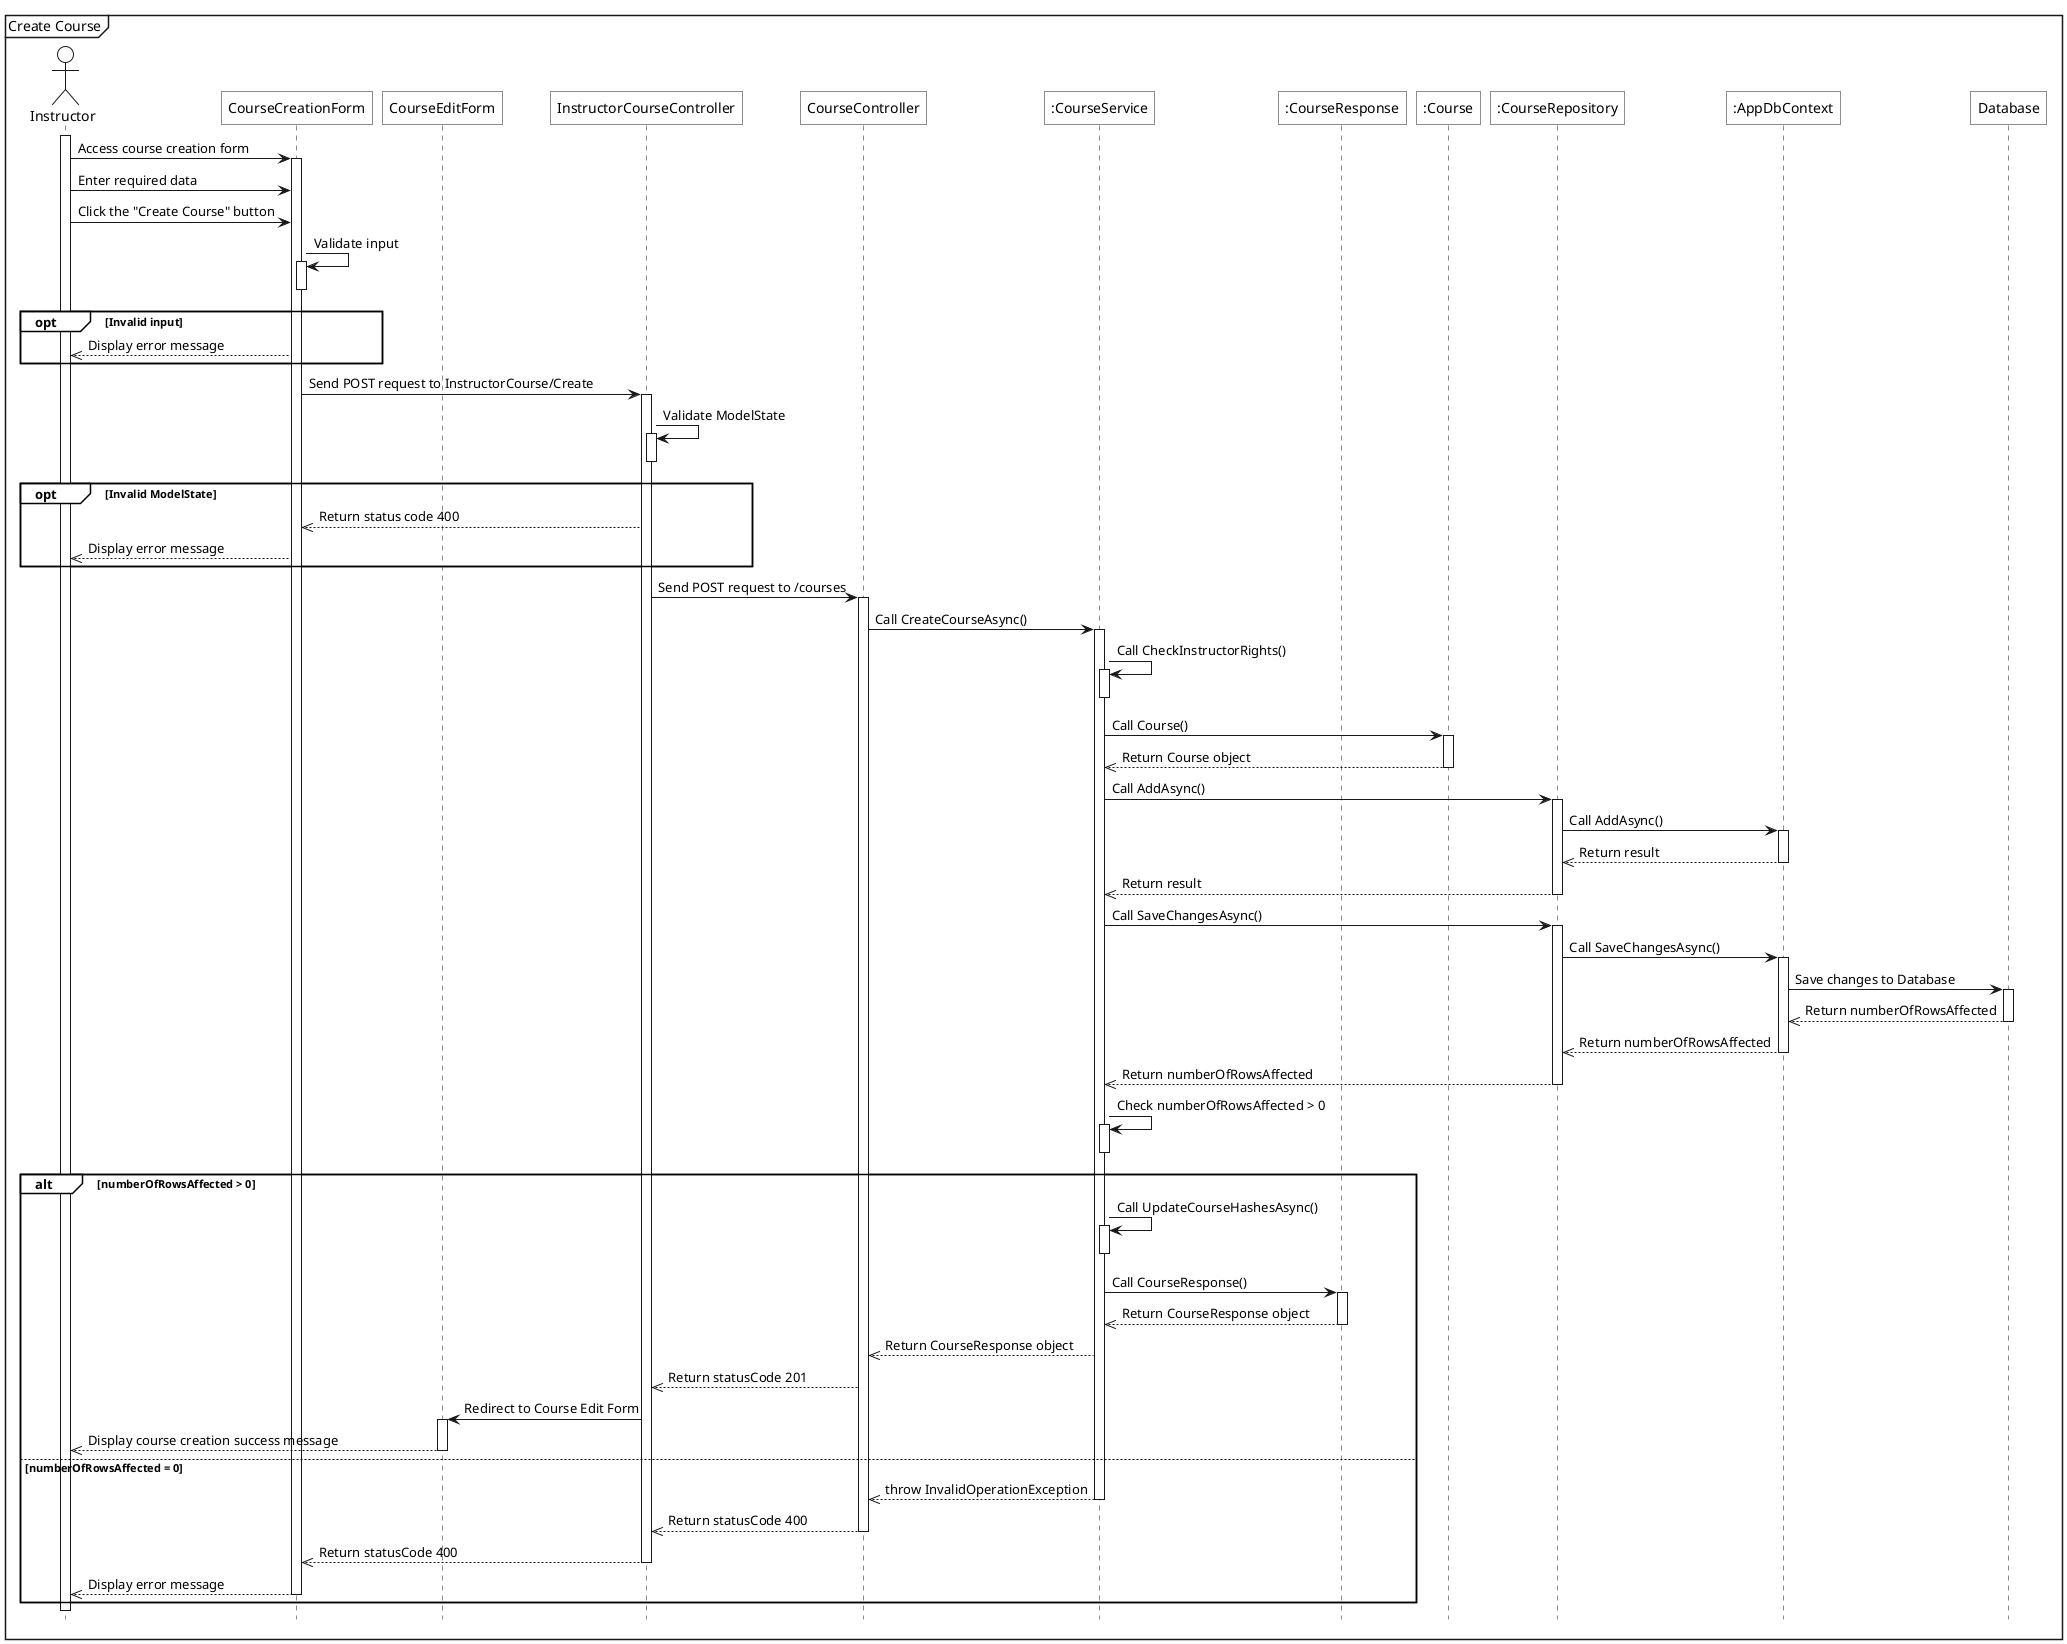
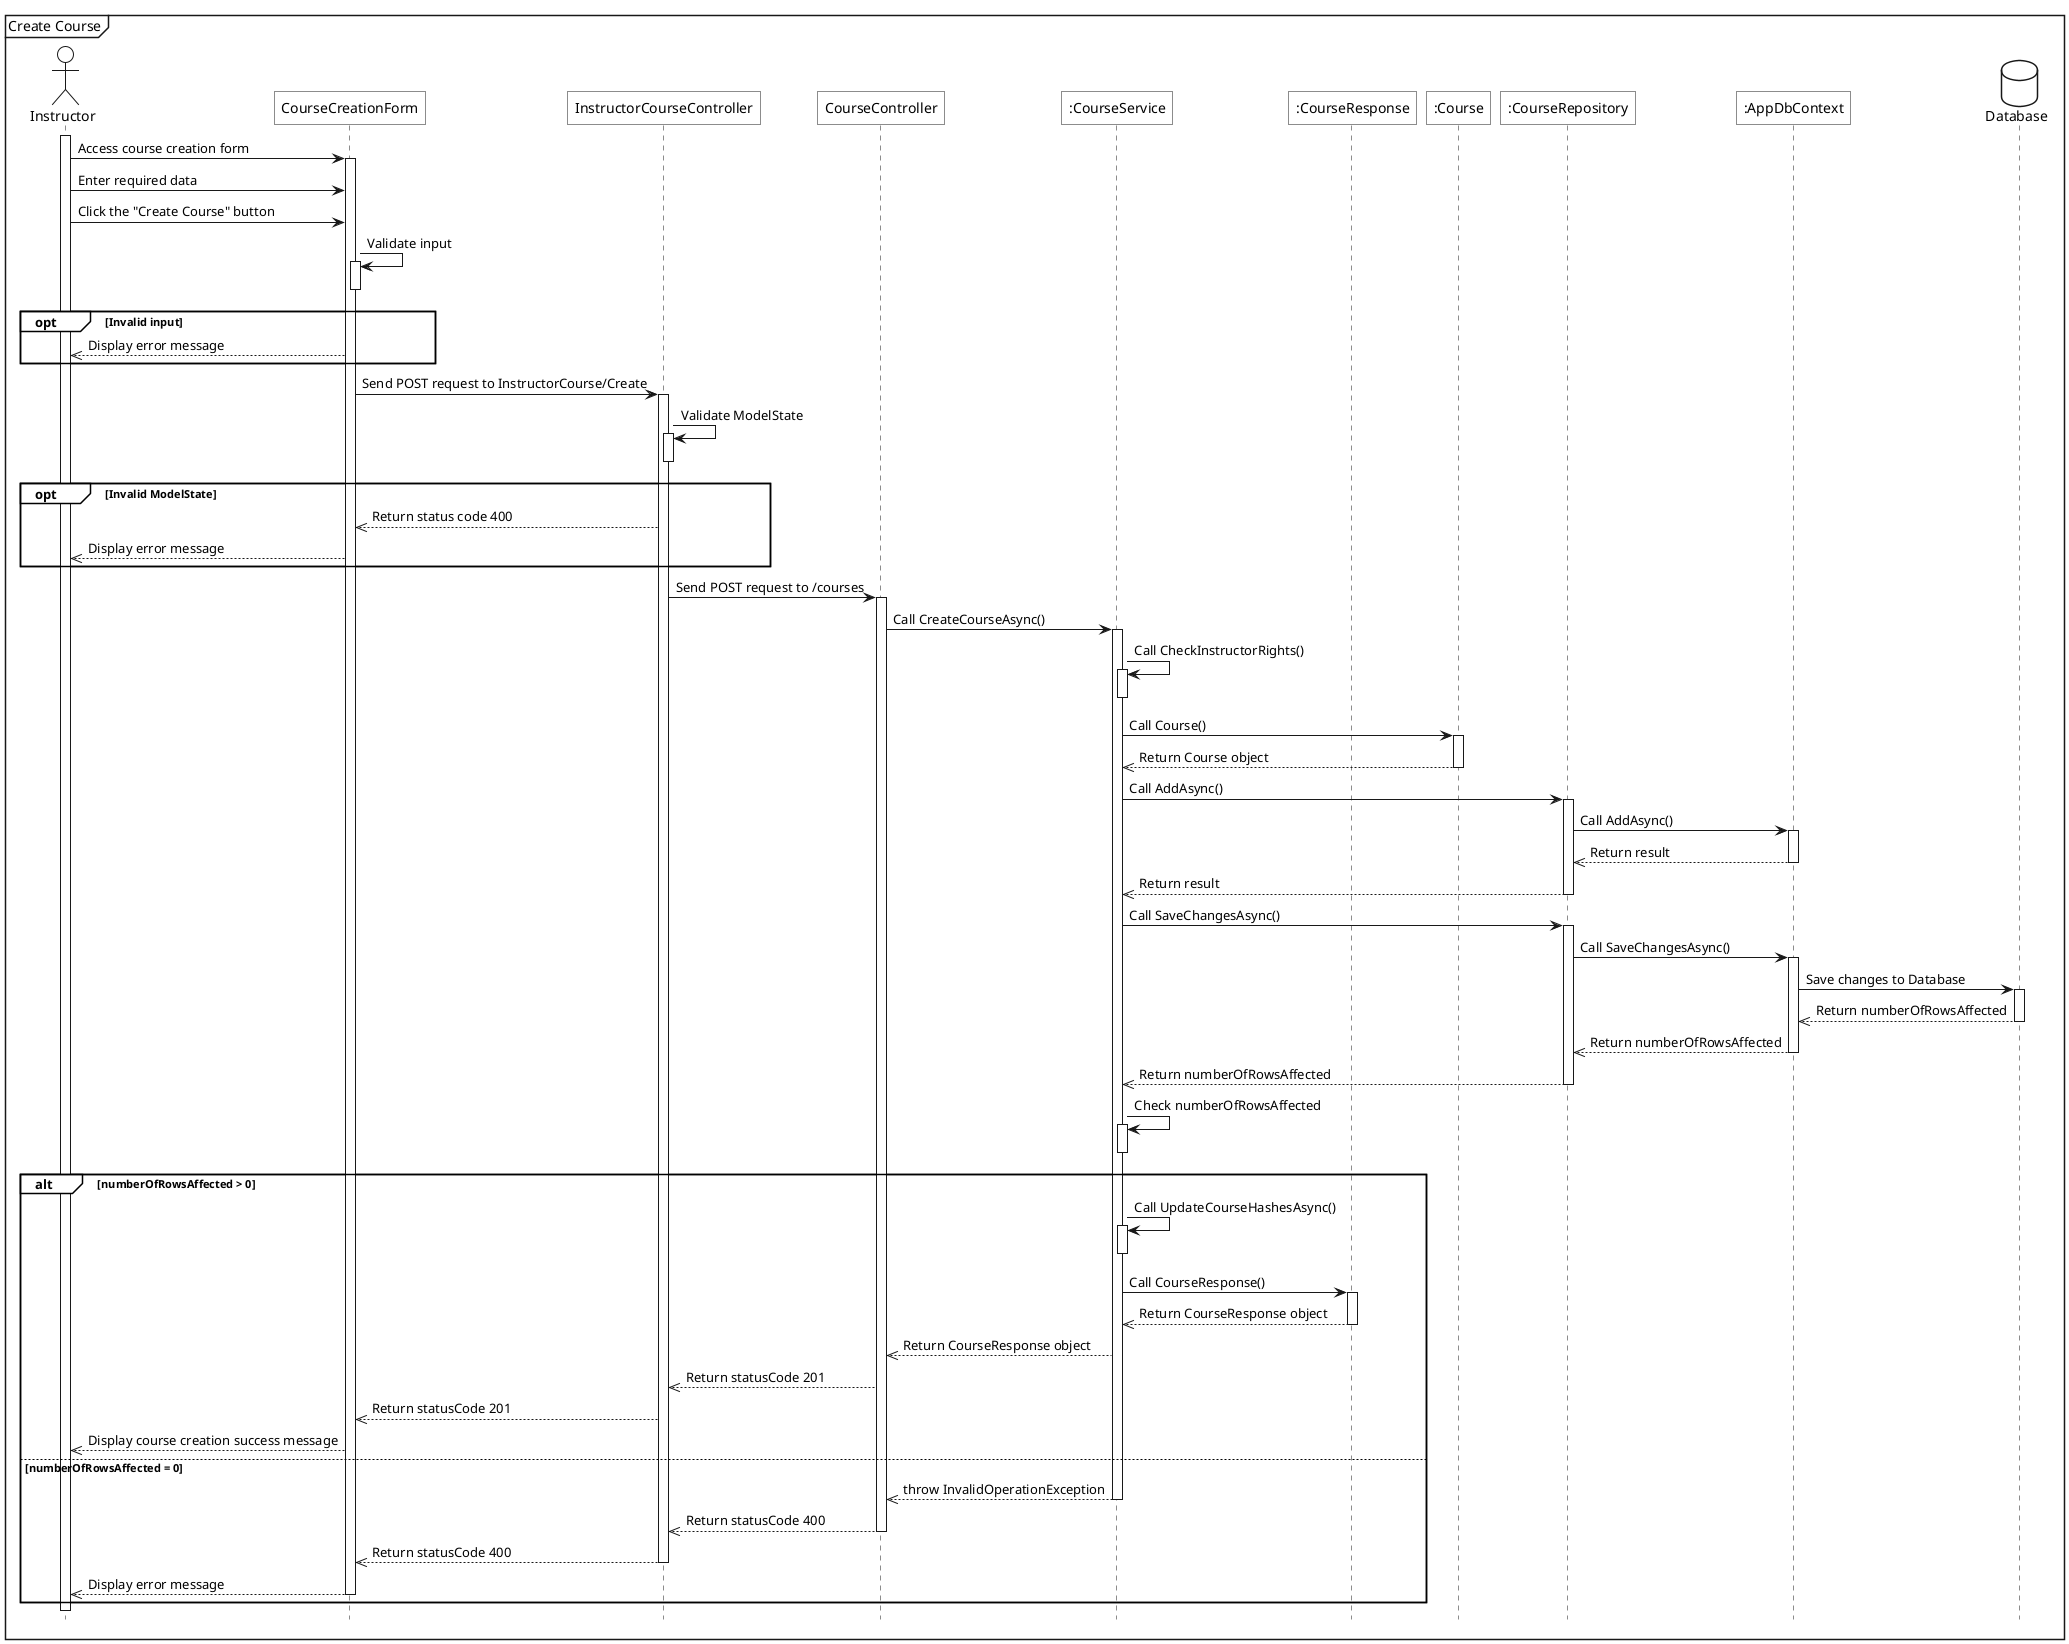
@startuml
<style>
    sequenceDiagram{
        actor{
            BackgroundColor white
            LineThickness 1.0
        }
        participant{
            BackgroundColor white
            RoundCorner 0
        }
        database{
            BackgroundColor white
        }
        groupHeader{
            BackgroundColor white
        }
        referenceHeader{
            BackgroundColor white
        }
        reference{
            BackgroundColor white
        }
    }
</style>

hide footbox

mainframe Create Course
actor Instructor as act

participant "CourseCreationForm" as view
- participant "CourseEditForm" as r_view
+ 
participant "InstructorCourseController" as fe_ctrl
participant "CourseController" as be_ctrl
- ' participant ":CreateCourseViewModel" as v_model
- ' participant ":CourseCreateRequest" as req
+ 

participant ":CourseService" as sv
participant ":CourseResponse" as res
participant ":Course" as ett

participant ":CourseRepository" as repo
participant ":AppDbContext" as ctx

- participant Database as db
+ Database Database as db

act++
act->view++:Access course creation form
act->view:Enter required data
act->view:Click the "Create Course" button
view->view++:Validate input
view--
group opt [Invalid input]
    view-->>act:Display error message
end

view->fe_ctrl++:Send POST request to InstructorCourse/Create
fe_ctrl->fe_ctrl++: Validate ModelState
fe_ctrl--
group opt [Invalid ModelState]
    fe_ctrl-->>view: Return status code 400
    view-->>act:Display error message
end
fe_ctrl->be_ctrl++: Send POST request to /courses
be_ctrl -> sv++: Call CreateCourseAsync()
sv -> sv++: Call CheckInstructorRights()
sv--



sv -> ett++: Call Course()
ett -->>sv--: Return Course object
sv -> repo++: Call AddAsync()
repo->ctx++: Call AddAsync()
ctx-->>repo--: Return result
repo -->> sv--: Return result
sv -> repo++: Call SaveChangesAsync()
repo->ctx++: Call SaveChangesAsync()
ctx->db++: Save changes to Database
db-->>ctx--: Return numberOfRowsAffected
ctx-->>repo--: Return numberOfRowsAffected
repo -->> sv--: Return numberOfRowsAffected
- sv->sv++:Check numberOfRowsAffected > 0
+ sv->sv++:Check numberOfRowsAffected
sv--
alt numberOfRowsAffected > 0
    sv -> sv++: Call UpdateCourseHashesAsync()
    sv--
    sv -> res++: Call CourseResponse()
    res -->> sv--: Return CourseResponse object
    sv -->>  be_ctrl: Return CourseResponse object
    be_ctrl -->> fe_ctrl:Return statusCode 201
-     fe_ctrl -> r_view++: Redirect to Course Edit Form
- 
-     r_view -->> act--: Display course creation success message
+     fe_ctrl -->> view: Return statusCode 201
+     view -->> act: Display course creation success message
else numberOfRowsAffected = 0
    sv-->>be_ctrl--:throw InvalidOperationException
    be_ctrl -->> fe_ctrl--:Return statusCode 400
    fe_ctrl -->> view--: Return statusCode 400
    view -->> act --: Display error message
end

@enduml